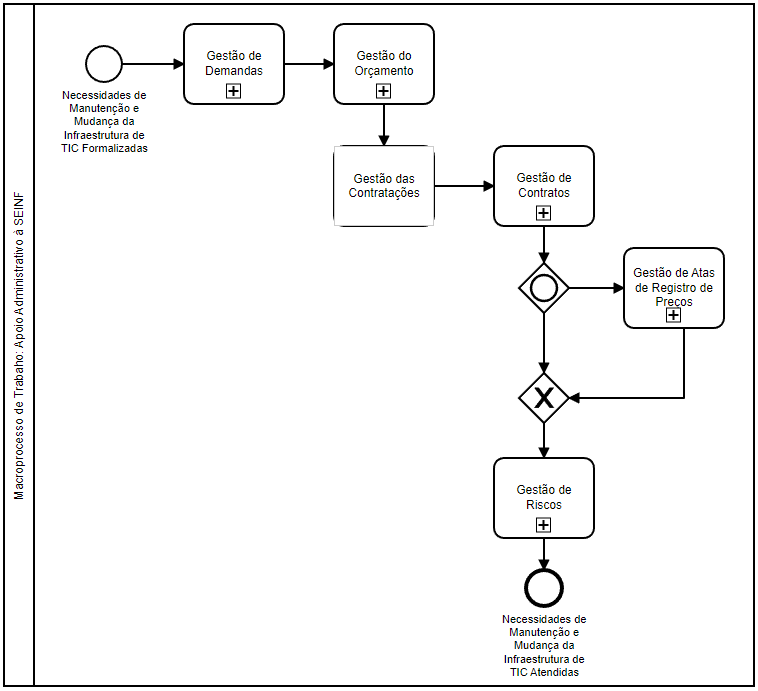
The BPMN diagram bpmn/visao-geral-macroprocesso-apoiar-administrativamente-a-seinf.png in dnlclaudino/tre-pb-seinf-proc-trab-adm, before a commit. Its source is kept beside it as bpmn/visao-geral-macroprocesso-apoiar-administrativamente-a-seinf.bpmn. Ids are renumbered. The source it was exported from:
```xml
<bpmn2:definitions xmlns:xsi="http://www.w3.org/2001/XMLSchema-instance" xmlns:bpmn2="http://www.omg.org/spec/BPMN/20100524/MODEL" xmlns:bpmndi="http://www.omg.org/spec/BPMN/20100524/DI" xmlns:dc="http://www.omg.org/spec/DD/20100524/DC" xmlns:di="http://www.omg.org/spec/DD/20100524/DI" id="sample-diagram" targetNamespace="http://bpmn.io/schema/bpmn" xsi:schemaLocation="http://www.omg.org/spec/BPMN/20100524/MODEL BPMN20.xsd">
  <bpmn2:collaboration id="Collaboration_n1">
    <bpmn2:participant id="Participant_n2" name="Macroprocesso de Trabaho: Apoio Administrativo à SEINF" processRef="Process_1" />
  </bpmn2:collaboration>
  <bpmn2:process id="Process_1" isExecutable="false">
    <bpmn2:startEvent id="StartEvent_1" name="Necessidades de Manutenção e Mudança da Infraestrutura de TIC Formalizadas">
      <bpmn2:outgoing>Flow_n3</bpmn2:outgoing>
    </bpmn2:startEvent>
    <bpmn2:subProcess id="Activity_n4" name="Gestão do Orçamento">
      <bpmn2:incoming>Flow_n5</bpmn2:incoming>
      <bpmn2:outgoing>Flow_n6</bpmn2:outgoing>
    </bpmn2:subProcess>
    <bpmn2:subProcess id="Activity_n7" name="Gestão de Demandas">
      <bpmn2:incoming>Flow_n3</bpmn2:incoming>
      <bpmn2:outgoing>Flow_n5</bpmn2:outgoing>
    </bpmn2:subProcess>
    <bpmn2:inclusiveGateway id="Gateway_n8">
      <bpmn2:incoming>Flow_n9</bpmn2:incoming>
      <bpmn2:outgoing>Flow_n10</bpmn2:outgoing>
      <bpmn2:outgoing>Flow_n11</bpmn2:outgoing>
    </bpmn2:inclusiveGateway>
    <bpmn2:exclusiveGateway id="Gateway_n12">
      <bpmn2:incoming>Flow_n11</bpmn2:incoming>
      <bpmn2:incoming>Flow_n13</bpmn2:incoming>
      <bpmn2:outgoing>Flow_n14</bpmn2:outgoing>
    </bpmn2:exclusiveGateway>
    <bpmn2:subProcess id="Activity_n15" name="Gestão das Aquisições">
      <bpmn2:incoming>Flow_n6</bpmn2:incoming>
      <bpmn2:outgoing>Flow_n16</bpmn2:outgoing>
    </bpmn2:subProcess>
    <bpmn2:subProcess id="Activity_n17" name="Gestão de Contratos">
      <bpmn2:incoming>Flow_n16</bpmn2:incoming>
      <bpmn2:outgoing>Flow_n9</bpmn2:outgoing>
    </bpmn2:subProcess>
    <bpmn2:subProcess id="Activity_n18" name="Gestão de Atas de Registro de Preços">
      <bpmn2:incoming>Flow_n10</bpmn2:incoming>
      <bpmn2:outgoing>Flow_n13</bpmn2:outgoing>
    </bpmn2:subProcess>
    <bpmn2:subProcess id="Activity_n19" name="Gestão de Riscos">
      <bpmn2:incoming>Flow_n14</bpmn2:incoming>
      <bpmn2:outgoing>Flow_n20</bpmn2:outgoing>
    </bpmn2:subProcess>
    <bpmn2:endEvent id="Event_n21" name="Necessidades de Manutenção e Mudança da Infraestrutura de TIC Atendidas">
      <bpmn2:incoming>Flow_n20</bpmn2:incoming>
    </bpmn2:endEvent>
    <bpmn2:sequenceFlow id="Flow_n20" sourceRef="Activity_n19" targetRef="Event_n21" />
    <bpmn2:sequenceFlow id="Flow_n14" sourceRef="Gateway_n12" targetRef="Activity_n19" />
    <bpmn2:sequenceFlow id="Flow_n13" sourceRef="Activity_n18" targetRef="Gateway_n12" />
    <bpmn2:sequenceFlow id="Flow_n11" sourceRef="Gateway_n8" targetRef="Gateway_n12" />
    <bpmn2:sequenceFlow id="Flow_n10" sourceRef="Gateway_n8" targetRef="Activity_n18" />
    <bpmn2:sequenceFlow id="Flow_n9" sourceRef="Activity_n17" targetRef="Gateway_n8" />
    <bpmn2:sequenceFlow id="Flow_n16" sourceRef="Activity_n15" targetRef="Activity_n17" />
    <bpmn2:sequenceFlow id="Flow_n5" sourceRef="Activity_n7" targetRef="Activity_n4" />
    <bpmn2:sequenceFlow id="Flow_n6" sourceRef="Activity_n4" targetRef="Activity_n15" />
    <bpmn2:sequenceFlow id="Flow_n3" sourceRef="StartEvent_1" targetRef="Activity_n7" />
  </bpmn2:process>
  <bpmndi:BPMNDiagram id="BPMNDiagram_1">
    <bpmndi:BPMNPlane id="BPMNPlane_1" bpmnElement="Collaboration_n1">
      <bpmndi:BPMNShape id="Participant_n2_di" bpmnElement="Participant_n2" isHorizontal="true">
        <dc:Bounds x="140" y="90" width="750" height="682" />
        <bpmndi:BPMNLabel />
      </bpmndi:BPMNShape>
      <bpmndi:BPMNEdge id="Flow_n20_di" bpmnElement="Flow_n20">
        <di:waypoint x="680" y="624" />
        <di:waypoint x="680" y="656" />
      </bpmndi:BPMNEdge>
      <bpmndi:BPMNEdge id="Flow_n14_di" bpmnElement="Flow_n14">
        <di:waypoint x="680" y="509" />
        <di:waypoint x="680" y="544" />
      </bpmndi:BPMNEdge>
      <bpmndi:BPMNEdge id="Flow_n13_di" bpmnElement="Flow_n13">
        <di:waypoint x="820" y="414" />
        <di:waypoint x="820" y="484" />
        <di:waypoint x="705" y="484" />
      </bpmndi:BPMNEdge>
      <bpmndi:BPMNEdge id="Flow_n11_di" bpmnElement="Flow_n11">
        <di:waypoint x="680" y="399" />
        <di:waypoint x="680" y="459" />
      </bpmndi:BPMNEdge>
      <bpmndi:BPMNEdge id="Flow_n10_di" bpmnElement="Flow_n10">
        <di:waypoint x="705" y="374" />
        <di:waypoint x="760" y="374" />
      </bpmndi:BPMNEdge>
      <bpmndi:BPMNEdge id="Flow_n9_di" bpmnElement="Flow_n9">
        <di:waypoint x="680" y="312" />
        <di:waypoint x="680" y="349" />
      </bpmndi:BPMNEdge>
      <bpmndi:BPMNEdge id="Flow_n16_di" bpmnElement="Flow_n16">
        <di:waypoint x="570" y="272" />
        <di:waypoint x="630" y="272" />
      </bpmndi:BPMNEdge>
      <bpmndi:BPMNEdge id="Flow_n5_di" bpmnElement="Flow_n5">
        <di:waypoint x="420" y="150" />
        <di:waypoint x="470" y="150" />
      </bpmndi:BPMNEdge>
      <bpmndi:BPMNEdge id="Flow_n6_di" bpmnElement="Flow_n6">
        <di:waypoint x="520" y="190" />
        <di:waypoint x="520" y="232" />
      </bpmndi:BPMNEdge>
      <bpmndi:BPMNEdge id="Flow_n3_di" bpmnElement="Flow_n3">
        <di:waypoint x="258" y="150" />
        <di:waypoint x="320" y="150" />
      </bpmndi:BPMNEdge>
      <bpmndi:BPMNShape id="_BPMNShape_StartEvent_2" bpmnElement="StartEvent_1">
        <dc:Bounds x="222" y="132" width="36" height="36" />
        <bpmndi:BPMNLabel>
          <dc:Bounds x="197" y="175" width="87" height="66" />
        </bpmndi:BPMNLabel>
      </bpmndi:BPMNShape>
      <bpmndi:BPMNShape id="Gateway_0vs97w1_di" bpmnElement="Gateway_n8">
        <dc:Bounds x="655" y="349" width="50" height="50" />
      </bpmndi:BPMNShape>
      <bpmndi:BPMNShape id="Gateway_n12_di" bpmnElement="Gateway_n12" isMarkerVisible="true">
        <dc:Bounds x="655" y="459" width="50" height="50" />
      </bpmndi:BPMNShape>
      <bpmndi:BPMNShape id="Event_n21_di" bpmnElement="Event_n21">
        <dc:Bounds x="662" y="656" width="36" height="36" />
        <bpmndi:BPMNLabel>
          <dc:Bounds x="638" y="699" width="85" height="66" />
        </bpmndi:BPMNLabel>
      </bpmndi:BPMNShape>
      <bpmndi:BPMNShape id="Activity_028jwyu_di" bpmnElement="Activity_n4">
        <dc:Bounds x="470" y="110" width="100" height="80" />
      </bpmndi:BPMNShape>
      <bpmndi:BPMNShape id="Activity_1992jwe_di" bpmnElement="Activity_n7">
        <dc:Bounds x="320" y="110" width="100" height="80" />
      </bpmndi:BPMNShape>
      <bpmndi:BPMNShape id="Activity_0dvhl4z_di" bpmnElement="Activity_n15">
        <dc:Bounds x="470" y="232" width="100" height="80" />
      </bpmndi:BPMNShape>
      <bpmndi:BPMNShape id="Activity_171mmjx_di" bpmnElement="Activity_n17">
        <dc:Bounds x="630" y="232" width="100" height="80" />
      </bpmndi:BPMNShape>
      <bpmndi:BPMNShape id="Activity_0augn1g_di" bpmnElement="Activity_n18">
        <dc:Bounds x="760" y="334" width="100" height="80" />
      </bpmndi:BPMNShape>
      <bpmndi:BPMNShape id="Activity_1thqgo2_di" bpmnElement="Activity_n19">
        <dc:Bounds x="630" y="544" width="100" height="80" />
      </bpmndi:BPMNShape>
    </bpmndi:BPMNPlane>
  </bpmndi:BPMNDiagram>
  <bpmndi:BPMNDiagram id="BPMNDiagram_n22">
    <bpmndi:BPMNPlane id="BPMNPlane_n23" bpmnElement="Activity_n4" />
  </bpmndi:BPMNDiagram>
  <bpmndi:BPMNDiagram id="BPMNDiagram_n24">
    <bpmndi:BPMNPlane id="BPMNPlane_n25" bpmnElement="Activity_n15" />
  </bpmndi:BPMNDiagram>
  <bpmndi:BPMNDiagram id="BPMNDiagram_n26">
    <bpmndi:BPMNPlane id="BPMNPlane_n27" bpmnElement="Activity_n17" />
  </bpmndi:BPMNDiagram>
  <bpmndi:BPMNDiagram id="BPMNDiagram_n28">
    <bpmndi:BPMNPlane id="BPMNPlane_n29" bpmnElement="Activity_n18" />
  </bpmndi:BPMNDiagram>
  <bpmndi:BPMNDiagram id="BPMNDiagram_n30">
    <bpmndi:BPMNPlane id="BPMNPlane_n31" bpmnElement="Activity_n19" />
  </bpmndi:BPMNDiagram>
  <bpmndi:BPMNDiagram id="BPMNDiagram_n32">
    <bpmndi:BPMNPlane id="BPMNPlane_n33" bpmnElement="Activity_n7" />
  </bpmndi:BPMNDiagram>
</bpmn2:definitions>
```
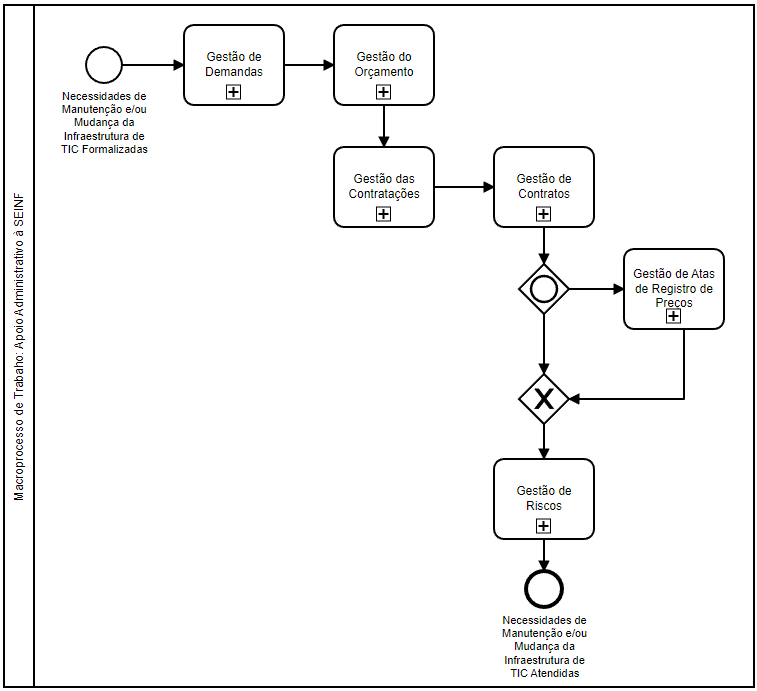
After the change.

Commit message:
Revisar: Evento Inicial e Final do Mapeamento

Change to the diagram source:
```diff
@@ -3,7 +3,7 @@
     <bpmn2:participant id="Participant_n2" name="Macroprocesso de Trabaho: Apoio Administrativo à SEINF" processRef="Process_1" />
   </bpmn2:collaboration>
   <bpmn2:process id="Process_1" isExecutable="false">
-    <bpmn2:startEvent id="StartEvent_1" name="Necessidades de Manutenção e Mudança da Infraestrutura de TIC Formalizadas">
+    <bpmn2:startEvent id="StartEvent_1" name="Necessidades de Manutenção e/ou Mudança da Infraestrutura de TIC Formalizadas">
       <bpmn2:outgoing>Flow_n3</bpmn2:outgoing>
     </bpmn2:startEvent>
     <bpmn2:subProcess id="Activity_n4" name="Gestão do Orçamento">
@@ -24,7 +24,7 @@
       <bpmn2:incoming>Flow_n13</bpmn2:incoming>
       <bpmn2:outgoing>Flow_n14</bpmn2:outgoing>
     </bpmn2:exclusiveGateway>
-    <bpmn2:subProcess id="Activity_n15" name="Gestão das Aquisições">
+    <bpmn2:subProcess id="Activity_n15" name="Gestão das Contratações">
       <bpmn2:incoming>Flow_n6</bpmn2:incoming>
       <bpmn2:outgoing>Flow_n16</bpmn2:outgoing>
     </bpmn2:subProcess>
@@ -40,7 +40,7 @@
       <bpmn2:incoming>Flow_n14</bpmn2:incoming>
       <bpmn2:outgoing>Flow_n20</bpmn2:outgoing>
     </bpmn2:subProcess>
-    <bpmn2:endEvent id="Event_n21" name="Necessidades de Manutenção e Mudança da Infraestrutura de TIC Atendidas">
+    <bpmn2:endEvent id="Event_n21" name="Necessidades de Manutenção e/ou Mudança da Infraestrutura de TIC Atendidas">
       <bpmn2:incoming>Flow_n20</bpmn2:incoming>
     </bpmn2:endEvent>
     <bpmn2:sequenceFlow id="Flow_n20" sourceRef="Activity_n19" targetRef="Event_n21" />
@@ -60,63 +60,51 @@
         <dc:Bounds x="140" y="90" width="750" height="682" />
         <bpmndi:BPMNLabel />
       </bpmndi:BPMNShape>
-      <bpmndi:BPMNEdge id="Flow_n20_di" bpmnElement="Flow_n20">
-        <di:waypoint x="680" y="624" />
-        <di:waypoint x="680" y="656" />
+      <bpmndi:BPMNEdge id="Flow_n3_di" bpmnElement="Flow_n3">
+        <di:waypoint x="258" y="150" />
+        <di:waypoint x="320" y="150" />
       </bpmndi:BPMNEdge>
-      <bpmndi:BPMNEdge id="Flow_n14_di" bpmnElement="Flow_n14">
-        <di:waypoint x="680" y="509" />
-        <di:waypoint x="680" y="544" />
+      <bpmndi:BPMNEdge id="Flow_n6_di" bpmnElement="Flow_n6">
+        <di:waypoint x="520" y="190" />
+        <di:waypoint x="520" y="232" />
+      </bpmndi:BPMNEdge>
+      <bpmndi:BPMNEdge id="Flow_n5_di" bpmnElement="Flow_n5">
+        <di:waypoint x="420" y="150" />
+        <di:waypoint x="470" y="150" />
+      </bpmndi:BPMNEdge>
+      <bpmndi:BPMNEdge id="Flow_n16_di" bpmnElement="Flow_n16">
+        <di:waypoint x="570" y="272" />
+        <di:waypoint x="630" y="272" />
+      </bpmndi:BPMNEdge>
+      <bpmndi:BPMNEdge id="Flow_n9_di" bpmnElement="Flow_n9">
+        <di:waypoint x="680" y="312" />
+        <di:waypoint x="680" y="349" />
+      </bpmndi:BPMNEdge>
+      <bpmndi:BPMNEdge id="Flow_n10_di" bpmnElement="Flow_n10">
+        <di:waypoint x="705" y="374" />
+        <di:waypoint x="760" y="374" />
+      </bpmndi:BPMNEdge>
+      <bpmndi:BPMNEdge id="Flow_n11_di" bpmnElement="Flow_n11">
+        <di:waypoint x="680" y="399" />
+        <di:waypoint x="680" y="459" />
       </bpmndi:BPMNEdge>
       <bpmndi:BPMNEdge id="Flow_n13_di" bpmnElement="Flow_n13">
         <di:waypoint x="820" y="414" />
         <di:waypoint x="820" y="484" />
         <di:waypoint x="705" y="484" />
       </bpmndi:BPMNEdge>
-      <bpmndi:BPMNEdge id="Flow_n11_di" bpmnElement="Flow_n11">
-        <di:waypoint x="680" y="399" />
-        <di:waypoint x="680" y="459" />
+      <bpmndi:BPMNEdge id="Flow_n14_di" bpmnElement="Flow_n14">
+        <di:waypoint x="680" y="509" />
+        <di:waypoint x="680" y="544" />
       </bpmndi:BPMNEdge>
-      <bpmndi:BPMNEdge id="Flow_n10_di" bpmnElement="Flow_n10">
-        <di:waypoint x="705" y="374" />
-        <di:waypoint x="760" y="374" />
-      </bpmndi:BPMNEdge>
-      <bpmndi:BPMNEdge id="Flow_n9_di" bpmnElement="Flow_n9">
-        <di:waypoint x="680" y="312" />
-        <di:waypoint x="680" y="349" />
-      </bpmndi:BPMNEdge>
-      <bpmndi:BPMNEdge id="Flow_n16_di" bpmnElement="Flow_n16">
-        <di:waypoint x="570" y="272" />
-        <di:waypoint x="630" y="272" />
-      </bpmndi:BPMNEdge>
-      <bpmndi:BPMNEdge id="Flow_n5_di" bpmnElement="Flow_n5">
-        <di:waypoint x="420" y="150" />
-        <di:waypoint x="470" y="150" />
-      </bpmndi:BPMNEdge>
-      <bpmndi:BPMNEdge id="Flow_n6_di" bpmnElement="Flow_n6">
-        <di:waypoint x="520" y="190" />
-        <di:waypoint x="520" y="232" />
-      </bpmndi:BPMNEdge>
-      <bpmndi:BPMNEdge id="Flow_n3_di" bpmnElement="Flow_n3">
-        <di:waypoint x="258" y="150" />
-        <di:waypoint x="320" y="150" />
+      <bpmndi:BPMNEdge id="Flow_n20_di" bpmnElement="Flow_n20">
+        <di:waypoint x="680" y="624" />
+        <di:waypoint x="680" y="656" />
       </bpmndi:BPMNEdge>
       <bpmndi:BPMNShape id="_BPMNShape_StartEvent_2" bpmnElement="StartEvent_1">
         <dc:Bounds x="222" y="132" width="36" height="36" />
         <bpmndi:BPMNLabel>
           <dc:Bounds x="197" y="175" width="87" height="66" />
-        </bpmndi:BPMNLabel>
-      </bpmndi:BPMNShape>
-      <bpmndi:BPMNShape id="Gateway_0vs97w1_di" bpmnElement="Gateway_n8">
-        <dc:Bounds x="655" y="349" width="50" height="50" />
-      </bpmndi:BPMNShape>
-      <bpmndi:BPMNShape id="Gateway_n12_di" bpmnElement="Gateway_n12" isMarkerVisible="true">
-        <dc:Bounds x="655" y="459" width="50" height="50" />
-      </bpmndi:BPMNShape>
-      <bpmndi:BPMNShape id="Event_n21_di" bpmnElement="Event_n21">
-        <dc:Bounds x="662" y="656" width="36" height="36" />
-        <bpmndi:BPMNLabel>
-          <dc:Bounds x="638" y="699" width="85" height="66" />
         </bpmndi:BPMNLabel>
       </bpmndi:BPMNShape>
       <bpmndi:BPMNShape id="Activity_028jwyu_di" bpmnElement="Activity_n4">
@@ -125,8 +113,15 @@
       <bpmndi:BPMNShape id="Activity_1992jwe_di" bpmnElement="Activity_n7">
         <dc:Bounds x="320" y="110" width="100" height="80" />
       </bpmndi:BPMNShape>
+      <bpmndi:BPMNShape id="Gateway_0vs97w1_di" bpmnElement="Gateway_n8">
+        <dc:Bounds x="655" y="349" width="50" height="50" />
+      </bpmndi:BPMNShape>
+      <bpmndi:BPMNShape id="Gateway_n12_di" bpmnElement="Gateway_n12" isMarkerVisible="true">
+        <dc:Bounds x="655" y="459" width="50" height="50" />
+      </bpmndi:BPMNShape>
       <bpmndi:BPMNShape id="Activity_0dvhl4z_di" bpmnElement="Activity_n15">
         <dc:Bounds x="470" y="232" width="100" height="80" />
+        <bpmndi:BPMNLabel />
       </bpmndi:BPMNShape>
       <bpmndi:BPMNShape id="Activity_171mmjx_di" bpmnElement="Activity_n17">
         <dc:Bounds x="630" y="232" width="100" height="80" />
@@ -136,6 +131,12 @@
       </bpmndi:BPMNShape>
       <bpmndi:BPMNShape id="Activity_1thqgo2_di" bpmnElement="Activity_n19">
         <dc:Bounds x="630" y="544" width="100" height="80" />
+      </bpmndi:BPMNShape>
+      <bpmndi:BPMNShape id="Event_n21_di" bpmnElement="Event_n21">
+        <dc:Bounds x="662" y="656" width="36" height="36" />
+        <bpmndi:BPMNLabel>
+          <dc:Bounds x="638" y="699" width="86" height="66" />
+        </bpmndi:BPMNLabel>
       </bpmndi:BPMNShape>
     </bpmndi:BPMNPlane>
   </bpmndi:BPMNDiagram>
```
